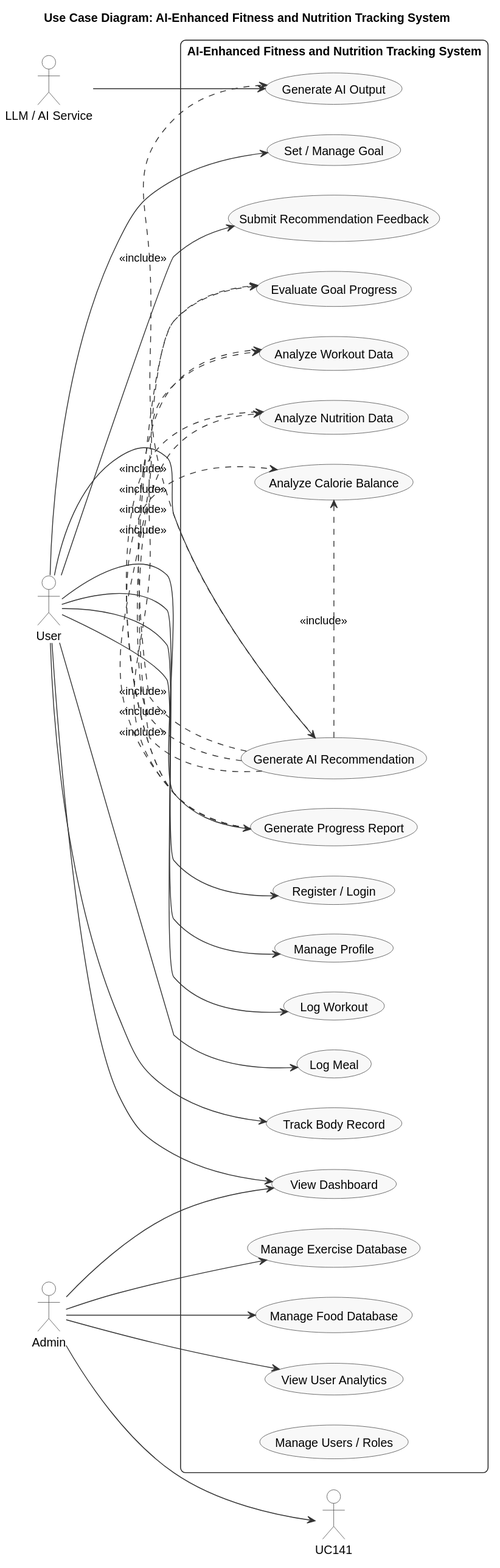
liyida233/AI-Nurtriion keeps this PlantUML diagram as docs/UML/rendered/svg/01_use_case_diagram.svg. Above is the earlier version. Source of this version:
```plantuml
@startuml
left to right direction
title Use Case Diagram: AI-Enhanced Fitness and Nutrition Tracking System

skinparam backgroundColor white
skinparam shadowing false
skinparam roundcorner 12
skinparam packageStyle rectangle
skinparam usecase {
  BackgroundColor #F8F8F8
  BorderColor #333333
  ArrowColor #333333
}
skinparam actor {
  BorderColor #333333
  BackgroundColor white
}

actor User
actor Admin
actor "LLM / AI Service" as AI

rectangle "AI-Enhanced Fitness and Nutrition Tracking System" {
  usecase "Register / Login" as UC1
  usecase "Manage Profile" as UC2
  usecase "Log Workout" as UC3
  usecase "Log Meal" as UC4
  usecase "Track Body Record" as UC5
  usecase "Set / Manage Goal" as UC6
  usecase "View Dashboard" as UC7
  usecase "Generate AI Recommendation" as UC8
  usecase "Generate Progress Report" as UC9
  usecase "Submit Recommendation Feedback" as UC10

  usecase "Manage Exercise Database" as UC11
  usecase "Manage Food Database" as UC12
  usecase "View User Analytics" as UC13
  usecase "Manage Users / Roles" as UC14

  usecase "Analyze Workout Data" as UC15
  usecase "Analyze Nutrition Data" as UC16
  usecase "Analyze Calorie Balance" as UC17
  usecase "Evaluate Goal Progress" as UC18
  usecase "Generate AI Output" as UC19
}

User --> UC1
User --> UC2
User --> UC3
User --> UC4
User --> UC5
User --> UC6
User --> UC7
User --> UC8
User --> UC9
User --> UC10

Admin --> UC11
Admin --> UC12
Admin --> UC13
Admin --> UC141
Admin --> UC7

UC8 .> UC15 : <<include>>
UC8 .> UC16 : <<include>>
UC8 .> UC17 : <<include>>
UC8 .> UC18 : <<include>>
UC8 .> UC19 : <<include>>
UC9 .> UC15 : <<include>>
UC9 .> UC16 : <<include>>
UC9 .> UC17 : <<include>>
UC9 .> UC18 : <<include>>

AI --> UC19
@enduml
```
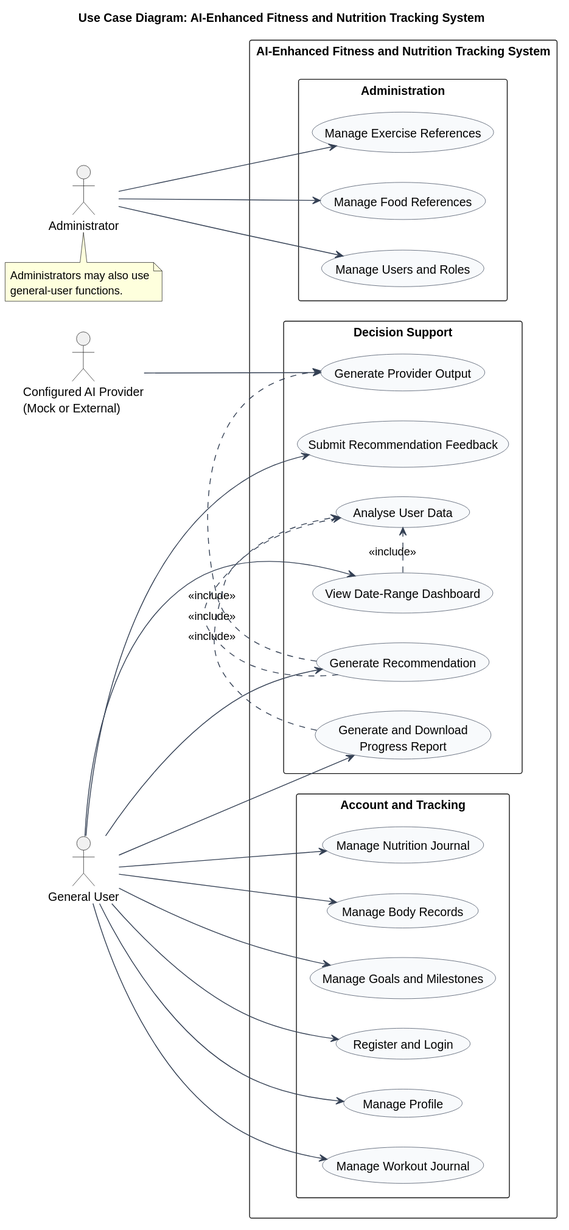
After the commit.

The edit, as a diff of the source:
```diff
@@ -4,44 +4,41 @@
 
 skinparam backgroundColor white
 skinparam shadowing false
-skinparam roundcorner 12
 skinparam packageStyle rectangle
 skinparam usecase {
-  BackgroundColor #F8F8F8
-  BorderColor #333333
-  ArrowColor #333333
-}
-skinparam actor {
-  BorderColor #333333
-  BackgroundColor white
+  BackgroundColor #F8FAFC
+  BorderColor #344054
+  ArrowColor #344054
 }
 
-actor User
-actor Admin
-actor "LLM / AI Service" as AI
+actor "General User" as User
+actor Administrator as Admin
+actor "Configured AI Provider\n(Mock or External)" as AI
 
 rectangle "AI-Enhanced Fitness and Nutrition Tracking System" {
-  usecase "Register / Login" as UC1
-  usecase "Manage Profile" as UC2
-  usecase "Log Workout" as UC3
-  usecase "Log Meal" as UC4
-  usecase "Track Body Record" as UC5
-  usecase "Set / Manage Goal" as UC6
-  usecase "View Dashboard" as UC7
-  usecase "Generate AI Recommendation" as UC8
-  usecase "Generate Progress Report" as UC9
-  usecase "Submit Recommendation Feedback" as UC10
+  package "Account and Tracking" {
+    usecase "Register and Login" as UC1
+    usecase "Manage Profile" as UC2
+    usecase "Manage Workout Journal" as UC3
+    usecase "Manage Nutrition Journal" as UC4
+    usecase "Manage Body Records" as UC5
+    usecase "Manage Goals and Milestones" as UC6
+  }
 
-  usecase "Manage Exercise Database" as UC11
-  usecase "Manage Food Database" as UC12
-  usecase "View User Analytics" as UC13
-  usecase "Manage Users / Roles" as UC14
+  package "Decision Support" {
+    usecase "View Date-Range Dashboard" as UC7
+    usecase "Generate Recommendation" as UC8
+    usecase "Submit Recommendation Feedback" as UC9
+    usecase "Generate and Download\nProgress Report" as UC10
+    usecase "Analyse User Data" as UC11
+    usecase "Generate Provider Output" as UC12
+  }
 
-  usecase "Analyze Workout Data" as UC15
-  usecase "Analyze Nutrition Data" as UC16
-  usecase "Analyze Calorie Balance" as UC17
-  usecase "Evaluate Goal Progress" as UC18
-  usecase "Generate AI Output" as UC19
+  package "Administration" {
+    usecase "Manage Users and Roles" as UC13
+    usecase "Manage Exercise References" as UC14
+    usecase "Manage Food References" as UC15
+  }
 }
 
 User --> UC1
@@ -55,21 +52,18 @@
 User --> UC9
 User --> UC10
 
-Admin --> UC11
-Admin --> UC12
+UC7 .> UC11 : <<include>>
+UC8 .> UC11 : <<include>>
+UC8 .> UC12 : <<include>>
+UC10 .> UC11 : <<include>>
+
+AI --> UC12
 Admin --> UC13
-Admin --> UC141
-Admin --> UC7
+Admin --> UC14
+Admin --> UC15
 
-UC8 .> UC15 : <<include>>
-UC8 .> UC16 : <<include>>
-UC8 .> UC17 : <<include>>
-UC8 .> UC18 : <<include>>
-UC8 .> UC19 : <<include>>
-UC9 .> UC15 : <<include>>
-UC9 .> UC16 : <<include>>
-UC9 .> UC17 : <<include>>
-UC9 .> UC18 : <<include>>
-
-AI --> UC19
+note bottom of Admin
+  Administrators may also use
+  general-user functions.
+end note
 @enduml
```
